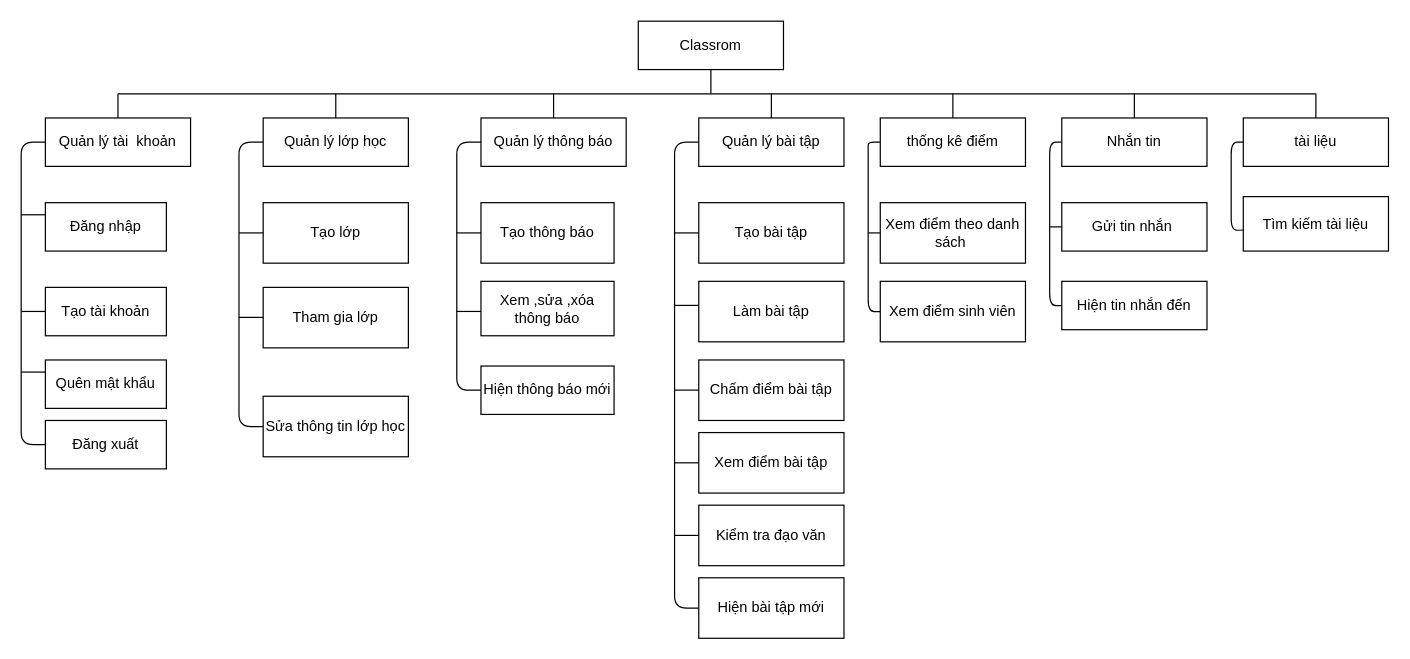
Above: Baocao/bfd.drawio in haupham809/DoAnTotNghiep (draw.io), before the change. Source tidied: cells renumbered, new cells numbered last; positions are measured from the earlier drawing's top-left corner, leaving out a move shared by most shapes. Both pictures are drawn from the tidied source at 121%, with x=0, y=0 at pixel (21, 21).
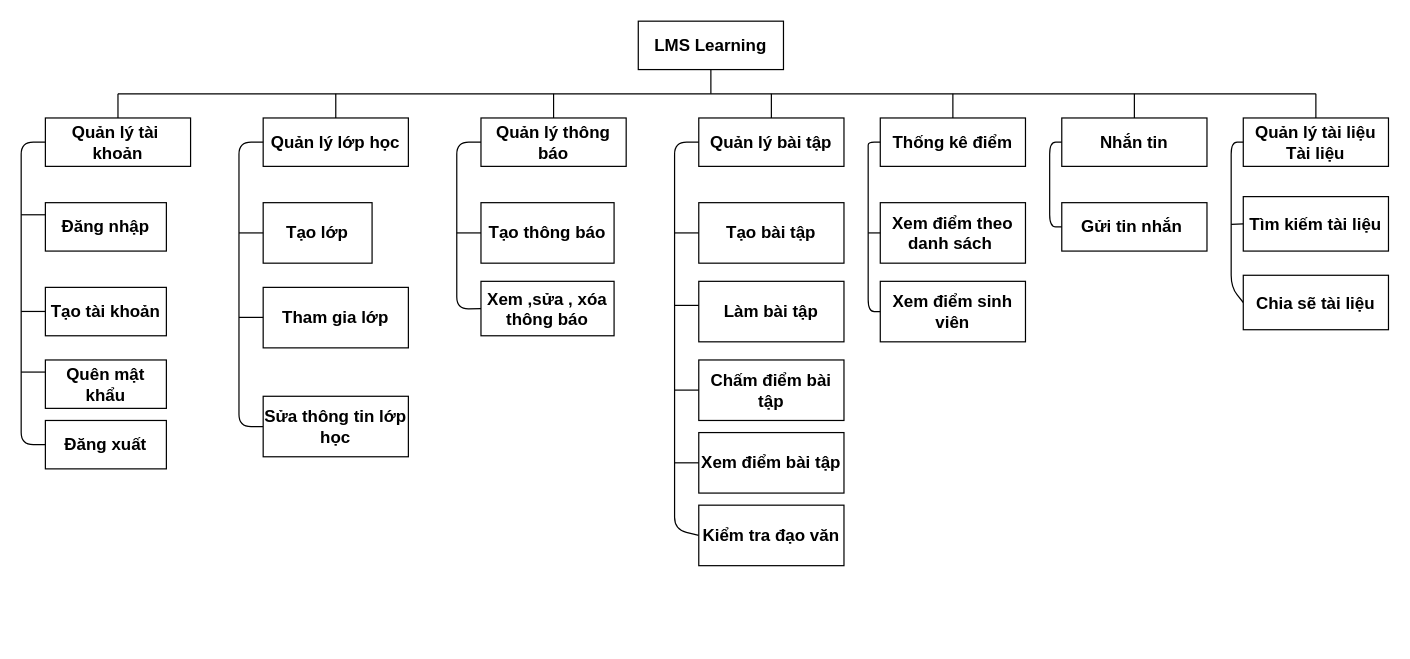
The same page after the edit.

Diff of the diagram source:
```diff
@@
-    <mxCell id="2" value="Classrom" style="rounded=0;whiteSpace=wrap;html=1;" parent="1" vertex="1">
+    <mxCell id="2" value="LMS Learning" style="rounded=0;whiteSpace=wrap;html=1;fontStyle=1;fontSize=14;" parent="1" vertex="1">
       <mxGeometry x="510" width="120" height="40" as="geometry" />
     </mxCell>
-    <mxCell id="3" value="Quản lý tài&amp;nbsp; khoản" style="rounded=0;whiteSpace=wrap;html=1;" parent="1" vertex="1">
+    <mxCell id="3" value="Quản lý tài&amp;nbsp; khoản" style="rounded=0;whiteSpace=wrap;html=1;fontStyle=1;fontSize=14;" parent="1" vertex="1">
       <mxGeometry x="20" y="80" width="120" height="40" as="geometry" />
     </mxCell>
-    <mxCell id="4" value="Quản lý lớp học" style="rounded=0;whiteSpace=wrap;html=1;" parent="1" vertex="1">
+    <mxCell id="4" value="Quản lý lớp học" style="rounded=0;whiteSpace=wrap;html=1;fontStyle=1;fontSize=14;" parent="1" vertex="1">
       <mxGeometry x="200" y="80" width="120" height="40" as="geometry" />
     </mxCell>
-    <mxCell id="5" value="Quản lý thông báo" style="rounded=0;whiteSpace=wrap;html=1;" parent="1" vertex="1">
+    <mxCell id="5" value="Quản lý thông báo" style="rounded=0;whiteSpace=wrap;html=1;fontStyle=1;fontSize=14;" parent="1" vertex="1">
       <mxGeometry x="380" y="80" width="120" height="40" as="geometry" />
     </mxCell>
-    <mxCell id="6" value="Quản lý bài tập" style="rounded=0;whiteSpace=wrap;html=1;" parent="1" vertex="1">
+    <mxCell id="6" value="Quản lý bài tập" style="rounded=0;whiteSpace=wrap;html=1;fontStyle=1;fontSize=14;" parent="1" vertex="1">
       <mxGeometry x="560" y="80" width="120" height="40" as="geometry" />
     </mxCell>
-    <mxCell id="7" value="thống kê điểm" style="rounded=0;whiteSpace=wrap;html=1;" parent="1" vertex="1">
+    <mxCell id="7" value="Thống kê điểm" style="rounded=0;whiteSpace=wrap;html=1;fontStyle=1;fontSize=14;" parent="1" vertex="1">
       <mxGeometry x="710" y="80" width="120" height="40" as="geometry" />
     </mxCell>
-    <mxCell id="8" value="Nhắn tin" style="rounded=0;whiteSpace=wrap;html=1;" parent="1" vertex="1">
+    <mxCell id="8" value="Nhắn tin" style="rounded=0;whiteSpace=wrap;html=1;fontStyle=1;fontSize=14;" parent="1" vertex="1">
       <mxGeometry x="860" y="80" width="120" height="40" as="geometry" />
     </mxCell>
-    <mxCell id="9" value="tài liệu" style="rounded=0;whiteSpace=wrap;html=1;" parent="1" vertex="1">
+    <mxCell id="9" value="Quản lý tài liệu Tài liệu" style="rounded=0;whiteSpace=wrap;html=1;fontStyle=1;fontSize=14;" parent="1" vertex="1">
       <mxGeometry x="1010" y="80" width="120" height="40" as="geometry" />
     </mxCell>
-    <mxCell id="10" style="endArrow=none;html=1;" parent="1" edge="1">
+    <mxCell id="10" style="endArrow=none;html=1;fontStyle=1;fontSize=14;" parent="1" edge="1">
       <mxGeometry relative="1" as="geometry">
         <mxPoint x="80" y="60" as="sourcePoint" />
         <mxPoint x="1070" y="60" as="targetPoint" />
       </mxGeometry>
     </mxCell>
-    <mxCell id="11" style="endArrow=none;html=1;" parent="1" edge="1" source="3">
+    <mxCell id="11" style="endArrow=none;html=1;fontStyle=1;fontSize=14;" parent="1" edge="1" source="3">
       <mxGeometry relative="1" as="geometry">
         <mxPoint x="80" y="60" as="targetPoint" />
       </mxGeometry>
     </mxCell>
-    <mxCell id="12" style="endArrow=none;html=1;entryX=0.5;entryY=0;entryDx=0;entryDy=0;" parent="1" edge="1" target="9">
+    <mxCell id="12" style="endArrow=none;html=1;entryX=0.5;entryY=0;entryDx=0;entryDy=0;fontStyle=1;fontSize=14;" parent="1" edge="1" target="9">
       <mxGeometry relative="1" as="geometry">
         <mxPoint x="1070" y="60" as="sourcePoint" />
       </mxGeometry>
     </mxCell>
-    <mxCell id="13" style="endArrow=none;html=1;entryX=0.5;entryY=1;entryDx=0;entryDy=0;" parent="1" edge="1" target="2">
+    <mxCell id="13" style="endArrow=none;html=1;entryX=0.5;entryY=1;entryDx=0;entryDy=0;fontStyle=1;fontSize=14;" parent="1" edge="1" target="2">
       <mxGeometry relative="1" as="geometry">
         <mxPoint x="570" y="60" as="sourcePoint" />
       </mxGeometry>
     </mxCell>
-    <mxCell id="14" style="endArrow=none;html=1;" parent="1" edge="1" source="4">
+    <mxCell id="14" style="endArrow=none;html=1;fontStyle=1;fontSize=14;" parent="1" edge="1" source="4">
       <mxGeometry relative="1" as="geometry">
         <mxPoint x="260" y="60" as="targetPoint" />
       </mxGeometry>
     </mxCell>
-    <mxCell id="15" style="endArrow=none;html=1;entryX=0.5;entryY=0;entryDx=0;entryDy=0;" parent="1" edge="1" target="5">
+    <mxCell id="15" style="endArrow=none;html=1;entryX=0.5;entryY=0;entryDx=0;entryDy=0;fontStyle=1;fontSize=14;" parent="1" edge="1" target="5">
       <mxGeometry relative="1" as="geometry">
         <mxPoint x="440" y="60" as="sourcePoint" />
       </mxGeometry>
     </mxCell>
-    <mxCell id="16" style="endArrow=none;html=1;exitX=0.5;exitY=0;exitDx=0;exitDy=0;" parent="1" edge="1" source="6">
+    <mxCell id="16" style="endArrow=none;html=1;exitX=0.5;exitY=0;exitDx=0;exitDy=0;fontStyle=1;fontSize=14;" parent="1" edge="1" source="6">
       <mxGeometry relative="1" as="geometry">
         <mxPoint x="620" y="60" as="targetPoint" />
       </mxGeometry>
     </mxCell>
-    <mxCell id="17" style="endArrow=none;html=1;entryX=0.5;entryY=0;entryDx=0;entryDy=0;" parent="1" edge="1" target="7">
+    <mxCell id="17" style="endArrow=none;html=1;entryX=0.5;entryY=0;entryDx=0;entryDy=0;fontStyle=1;fontSize=14;" parent="1" edge="1" target="7">
       <mxGeometry relative="1" as="geometry">
         <mxPoint x="770" y="60" as="sourcePoint" />
       </mxGeometry>
     </mxCell>
-    <mxCell id="18" style="endArrow=none;html=1;exitX=0.5;exitY=0;exitDx=0;exitDy=0;" parent="1" edge="1" source="8">
+    <mxCell id="18" style="endArrow=none;html=1;exitX=0.5;exitY=0;exitDx=0;exitDy=0;fontStyle=1;fontSize=14;" parent="1" edge="1" source="8">
       <mxGeometry relative="1" as="geometry">
         <mxPoint x="920" y="60" as="targetPoint" />
       </mxGeometry>
     </mxCell>
-    <mxCell id="19" value="Đăng nhập" style="rounded=0;whiteSpace=wrap;html=1;" parent="1" vertex="1">
+    <mxCell id="19" value="Đăng nhập" style="rounded=0;whiteSpace=wrap;html=1;fontStyle=1;fontSize=14;" parent="1" vertex="1">
       <mxGeometry x="20" y="150" width="100" height="40" as="geometry" />
     </mxCell>
-    <mxCell id="20" value="Đăng xuất" style="rounded=0;whiteSpace=wrap;html=1;" parent="1" vertex="1">
+    <mxCell id="20" value="Đăng xuất" style="rounded=0;whiteSpace=wrap;html=1;fontStyle=1;fontSize=14;" parent="1" vertex="1">
       <mxGeometry x="20" y="330" width="100" height="40" as="geometry" />
     </mxCell>
-    <mxCell id="21" value="Tạo tài khoản" style="rounded=0;whiteSpace=wrap;html=1;" parent="1" vertex="1">
+    <mxCell id="21" value="Tạo tài khoản" style="rounded=0;whiteSpace=wrap;html=1;fontStyle=1;fontSize=14;" parent="1" vertex="1">
       <mxGeometry x="20" y="220" width="100" height="40" as="geometry" />
     </mxCell>
-    <mxCell id="22" value="Quên mật khẩu" style="rounded=0;whiteSpace=wrap;html=1;" parent="1" vertex="1">
+    <mxCell id="22" value="Quên mật khẩu" style="rounded=0;whiteSpace=wrap;html=1;fontStyle=1;fontSize=14;" parent="1" vertex="1">
       <mxGeometry x="20" y="280" width="100" height="40" as="geometry" />
     </mxCell>
-    <mxCell id="23" value="Tạo lớp" style="rounded=0;whiteSpace=wrap;html=1;" parent="1" vertex="1">
-      <mxGeometry x="200" y="150" width="120" height="50" as="geometry" />
+    <mxCell id="23" value="Tạo lớp" style="rounded=0;whiteSpace=wrap;html=1;fontStyle=1;fontSize=14;" parent="1" vertex="1">
+      <mxGeometry x="200" y="150" width="90" height="50" as="geometry" />
     </mxCell>
-    <mxCell id="24" value="Tham gia lớp" style="rounded=0;whiteSpace=wrap;html=1;" parent="1" vertex="1">
+    <mxCell id="24" value="Tham gia lớp" style="rounded=0;whiteSpace=wrap;html=1;fontStyle=1;fontSize=14;" parent="1" vertex="1">
       <mxGeometry x="200" y="220" width="120" height="50" as="geometry" />
     </mxCell>
-    <mxCell id="25" value="Tạo thông báo" style="rounded=0;whiteSpace=wrap;html=1;" parent="1" vertex="1">
+    <mxCell id="25" value="Tạo thông báo" style="rounded=0;whiteSpace=wrap;html=1;fontStyle=1;fontSize=14;" parent="1" vertex="1">
       <mxGeometry x="380" y="150" width="110" height="50" as="geometry" />
     </mxCell>
-    <mxCell id="26" value="Xem ,sửa ,xóa thông báo" style="rounded=0;whiteSpace=wrap;html=1;" parent="1" vertex="1">
+    <mxCell id="26" value="Xem ,sửa , xóa thông báo" style="rounded=0;whiteSpace=wrap;html=1;fontStyle=1;fontSize=14;" parent="1" vertex="1">
       <mxGeometry x="380" y="215" width="110" height="45" as="geometry" />
     </mxCell>
-    <mxCell id="27" value="Tạo bài tập" style="rounded=0;whiteSpace=wrap;html=1;" parent="1" vertex="1">
+    <mxCell id="27" value="Tạo bài tập" style="rounded=0;whiteSpace=wrap;html=1;fontStyle=1;fontSize=14;" parent="1" vertex="1">
       <mxGeometry x="560" y="150" width="120" height="50" as="geometry" />
     </mxCell>
-    <mxCell id="28" value="Làm bài tập" style="rounded=0;whiteSpace=wrap;html=1;" parent="1" vertex="1">
+    <mxCell id="28" value="Làm bài tập" style="rounded=0;whiteSpace=wrap;html=1;fontStyle=1;fontSize=14;" parent="1" vertex="1">
       <mxGeometry x="560" y="215" width="120" height="50" as="geometry" />
     </mxCell>
-    <mxCell id="29" value="Chấm điểm bài tập" style="rounded=0;whiteSpace=wrap;html=1;" parent="1" vertex="1">
+    <mxCell id="29" value="Chấm điểm bài tập" style="rounded=0;whiteSpace=wrap;html=1;fontStyle=1;fontSize=14;" parent="1" vertex="1">
       <mxGeometry x="560" y="280" width="120" height="50" as="geometry" />
     </mxCell>
-    <mxCell id="30" value="Xem điểm theo danh sách&amp;nbsp;" style="rounded=0;whiteSpace=wrap;html=1;" parent="1" vertex="1">
+    <mxCell id="30" value="Xem điểm theo danh sách&amp;nbsp;" style="rounded=0;whiteSpace=wrap;html=1;fontStyle=1;fontSize=14;" parent="1" vertex="1">
       <mxGeometry x="710" y="150" width="120" height="50" as="geometry" />
     </mxCell>
-    <mxCell id="31" value="Xem điểm sinh viên" style="rounded=0;whiteSpace=wrap;html=1;" parent="1" vertex="1">
+    <mxCell id="31" value="Xem điểm sinh viên" style="rounded=0;whiteSpace=wrap;html=1;fontStyle=1;fontSize=14;" parent="1" vertex="1">
       <mxGeometry x="710" y="215" width="120" height="50" as="geometry" />
     </mxCell>
-    <mxCell id="32" value="Xem điểm bài tập" style="rounded=0;whiteSpace=wrap;html=1;" parent="1" vertex="1">
+    <mxCell id="32" value="Xem điểm bài tập" style="rounded=0;whiteSpace=wrap;html=1;fontStyle=1;fontSize=14;" parent="1" vertex="1">
       <mxGeometry x="560" y="340" width="120" height="50" as="geometry" />
     </mxCell>
-    <mxCell id="33" value="Gửi tin nhắn&amp;nbsp;" style="rounded=0;whiteSpace=wrap;html=1;" parent="1" vertex="1">
+    <mxCell id="33" value="Gửi tin nhắn&amp;nbsp;" style="rounded=0;whiteSpace=wrap;html=1;fontStyle=1;fontSize=14;" parent="1" vertex="1">
       <mxGeometry x="860" y="150" width="120" height="40" as="geometry" />
     </mxCell>
-    <mxCell id="34" value="Hiện tin nhắn đến" style="rounded=0;whiteSpace=wrap;html=1;" parent="1" vertex="1">
-      <mxGeometry x="860" y="215" width="120" height="40" as="geometry" />
-    </mxCell>
-    <mxCell id="35" value="Tìm kiếm tài liệu" style="rounded=0;whiteSpace=wrap;html=1;" parent="1" vertex="1">
+    <mxCell id="35" value="Tìm kiếm tài liệu" style="rounded=0;whiteSpace=wrap;html=1;fontStyle=1;fontSize=14;" parent="1" vertex="1">
       <mxGeometry x="1010" y="145" width="120" height="45" as="geometry" />
     </mxCell>
-    <mxCell id="36" style="endArrow=none;html=1;entryX=0;entryY=0.5;entryDx=0;entryDy=0;exitX=0;exitY=0.5;exitDx=0;exitDy=0;" parent="1" edge="1" source="20" target="3">
+    <mxCell id="36" style="endArrow=none;html=1;entryX=0;entryY=0.5;entryDx=0;entryDy=0;exitX=0;exitY=0.5;exitDx=0;exitDy=0;fontStyle=1;fontSize=14;" parent="1" edge="1" source="20" target="3">
       <mxGeometry relative="1" as="geometry">
         <Array as="points">
           <mxPoint y="350" />
           <mxPoint y="100" />
         </Array>
       </mxGeometry>
     </mxCell>
-    <mxCell id="37" style="endArrow=none;html=1;exitX=0;exitY=0.25;exitDx=0;exitDy=0;" parent="1" edge="1" source="19">
+    <mxCell id="37" style="endArrow=none;html=1;exitX=0;exitY=0.25;exitDx=0;exitDy=0;fontStyle=1;fontSize=14;" parent="1" edge="1" source="19">
       <mxGeometry relative="1" as="geometry">
         <mxPoint y="160" as="targetPoint" />
       </mxGeometry>
     </mxCell>
-    <mxCell id="38" style="endArrow=none;html=1;exitX=0;exitY=0.25;exitDx=0;exitDy=0;" parent="1" edge="1">
+    <mxCell id="38" style="endArrow=none;html=1;exitX=0;exitY=0.25;exitDx=0;exitDy=0;fontStyle=1;fontSize=14;" parent="1" edge="1">
       <mxGeometry relative="1" as="geometry">
         <mxPoint x="20" y="239.9" as="sourcePoint" />
         <mxPoint y="239.9" as="targetPoint" />
       </mxGeometry>
     </mxCell>
-    <mxCell id="39" style="endArrow=none;html=1;exitX=0;exitY=0.25;exitDx=0;exitDy=0;" parent="1" edge="1">
+    <mxCell id="39" style="endArrow=none;html=1;exitX=0;exitY=0.25;exitDx=0;exitDy=0;fontStyle=1;fontSize=14;" parent="1" edge="1">
       <mxGeometry relative="1" as="geometry">
         <mxPoint x="20" y="290" as="sourcePoint" />
         <mxPoint y="290" as="targetPoint" />
       </mxGeometry>
     </mxCell>
-    <mxCell id="40" style="endArrow=none;html=1;entryX=0;entryY=0.5;entryDx=0;entryDy=0;exitX=0;exitY=0.5;exitDx=0;exitDy=0;" parent="1" edge="1" source="53" target="4">
+    <mxCell id="40" style="endArrow=none;html=1;entryX=0;entryY=0.5;entryDx=0;entryDy=0;exitX=0;exitY=0.5;exitDx=0;exitDy=0;fontStyle=1;fontSize=14;" parent="1" edge="1" source="53" target="4">
       <mxGeometry relative="1" as="geometry">
         <Array as="points">
           <mxPoint x="180" y="335" />
           <mxPoint x="180" y="100" />
         </Array>
       </mxGeometry>
     </mxCell>
-    <mxCell id="41" style="endArrow=none;html=1;entryX=0;entryY=0.5;entryDx=0;entryDy=0;exitX=0;exitY=0.5;exitDx=0;exitDy=0;" parent="1" edge="1" source="55" target="5">
+    <mxCell id="41" style="endArrow=none;html=1;entryX=0;entryY=0.5;entryDx=0;entryDy=0;exitX=0;exitY=0.5;exitDx=0;exitDy=0;fontStyle=1;fontSize=14;" parent="1" edge="1" source="26" target="5">
       <mxGeometry relative="1" as="geometry">
         <Array as="points">
-          <mxPoint x="360" y="305" />
+          <mxPoint x="360" y="238" />
           <mxPoint x="360" y="100" />
         </Array>
       </mxGeometry>
     </mxCell>
-    <mxCell id="42" style="endArrow=none;html=1;entryX=0;entryY=0.5;entryDx=0;entryDy=0;exitX=0;exitY=0.5;exitDx=0;exitDy=0;" parent="1" edge="1" source="58" target="6">
+    <mxCell id="42" style="endArrow=none;html=1;entryX=0;entryY=0.5;entryDx=0;entryDy=0;exitX=0;exitY=0.5;exitDx=0;exitDy=0;fontStyle=1;fontSize=14;" parent="1" edge="1" source="56" target="6">
       <mxGeometry relative="1" as="geometry">
         <Array as="points">
-          <mxPoint x="540" y="485" />
+          <mxPoint x="540" y="420" />
           <mxPoint x="540" y="100" />
         </Array>
       </mxGeometry>
     </mxCell>
-    <mxCell id="43" style="endArrow=none;html=1;entryX=0;entryY=0.5;entryDx=0;entryDy=0;exitX=0;exitY=0.5;exitDx=0;exitDy=0;" parent="1" edge="1" source="31" target="7">
+    <mxCell id="43" style="endArrow=none;html=1;entryX=0;entryY=0.5;entryDx=0;entryDy=0;exitX=0;exitY=0.5;exitDx=0;exitDy=0;fontStyle=1;fontSize=14;" parent="1" edge="1" source="31" target="7">
       <mxGeometry relative="1" as="geometry">
         <Array as="points">
           <mxPoint x="700" y="240" />
           <mxPoint x="700" y="110" />
           <mxPoint x="700" y="100" />
         </Array>
       </mxGeometry>
     </mxCell>
-    <mxCell id="44" style="endArrow=none;html=1;entryX=0;entryY=0.5;entryDx=0;entryDy=0;exitX=0;exitY=0.5;exitDx=0;exitDy=0;" parent="1" edge="1" source="34" target="8">
+    <mxCell id="44" style="endArrow=none;html=1;entryX=0;entryY=0.5;entryDx=0;entryDy=0;exitX=0;exitY=0.5;exitDx=0;exitDy=0;fontStyle=1;fontSize=14;" parent="1" edge="1" source="33" target="8">
       <mxGeometry relative="1" as="geometry">
         <Array as="points">
-          <mxPoint x="850" y="235" />
+          <mxPoint x="850" y="170" />
           <mxPoint x="850" y="100" />
         </Array>
       </mxGeometry>
     </mxCell>
-    <mxCell id="45" style="endArrow=none;html=1;entryX=0;entryY=0.5;entryDx=0;entryDy=0;exitX=0.006;exitY=0.613;exitDx=0;exitDy=0;exitPerimeter=0;" parent="1" edge="1" source="35" target="9">
+    <mxCell id="45" style="endArrow=none;html=1;entryX=0;entryY=0.5;entryDx=0;entryDy=0;exitX=0;exitY=0.5;exitDx=0;exitDy=0;fontStyle=1;fontSize=14;" parent="1" edge="1" source="61" target="9">
       <mxGeometry relative="1" as="geometry">
         <Array as="points">
-          <mxPoint x="1000" y="173" />
+          <mxPoint x="1000" y="220" />
           <mxPoint x="1000" y="100" />
         </Array>
       </mxGeometry>
     </mxCell>
-    <mxCell id="46" style="endArrow=none;html=1;entryX=0;entryY=0.5;entryDx=0;entryDy=0;" parent="1" edge="1" target="23">
+    <mxCell id="46" style="endArrow=none;html=1;entryX=0;entryY=0.5;entryDx=0;entryDy=0;fontStyle=1;fontSize=14;" parent="1" edge="1" target="23">
       <mxGeometry relative="1" as="geometry">
         <mxPoint x="180" y="175" as="sourcePoint" />
       </mxGeometry>
     </mxCell>
-    <mxCell id="47" style="endArrow=none;html=1;entryX=0;entryY=0.5;entryDx=0;entryDy=0;" parent="1" edge="1" target="25">
+    <mxCell id="47" style="endArrow=none;html=1;entryX=0;entryY=0.5;entryDx=0;entryDy=0;fontStyle=1;fontSize=14;" parent="1" edge="1" target="25">
       <mxGeometry relative="1" as="geometry">
         <mxPoint x="360" y="175" as="sourcePoint" />
       </mxGeometry>
     </mxCell>
-    <mxCell id="48" style="endArrow=none;html=1;entryX=0;entryY=0.5;entryDx=0;entryDy=0;" parent="1" edge="1" target="27">
+    <mxCell id="48" style="endArrow=none;html=1;entryX=0;entryY=0.5;entryDx=0;entryDy=0;fontStyle=1;fontSize=14;" parent="1" edge="1" target="27">
       <mxGeometry relative="1" as="geometry">
         <mxPoint x="540" y="175" as="sourcePoint" />
       </mxGeometry>
     </mxCell>
-    <mxCell id="49" style="endArrow=none;html=1;entryX=0;entryY=0.5;entryDx=0;entryDy=0;" parent="1" edge="1">
+    <mxCell id="49" style="endArrow=none;html=1;entryX=0;entryY=0.5;entryDx=0;entryDy=0;fontStyle=1;fontSize=14;" parent="1" edge="1">
       <mxGeometry relative="1" as="geometry">
         <mxPoint x="540" y="234.9" as="sourcePoint" />
         <mxPoint x="560" y="234.9" as="targetPoint" />
       </mxGeometry>
     </mxCell>
-    <mxCell id="50" style="endArrow=none;html=1;entryX=0;entryY=0.5;entryDx=0;entryDy=0;" parent="1" edge="1">
+    <mxCell id="50" style="endArrow=none;html=1;entryX=0;entryY=0.5;entryDx=0;entryDy=0;fontStyle=1;fontSize=14;" parent="1" edge="1">
       <mxGeometry relative="1" as="geometry">
         <mxPoint x="540" y="304.9" as="sourcePoint" />
         <mxPoint x="560" y="304.9" as="targetPoint" />
       </mxGeometry>
     </mxCell>
-    <mxCell id="51" style="endArrow=none;html=1;entryX=0;entryY=0.5;entryDx=0;entryDy=0;" parent="1" edge="1" target="30">
+    <mxCell id="51" style="endArrow=none;html=1;entryX=0;entryY=0.5;entryDx=0;entryDy=0;fontStyle=1;fontSize=14;" parent="1" edge="1" target="30">
       <mxGeometry relative="1" as="geometry">
         <mxPoint x="700" y="175" as="sourcePoint" />
       </mxGeometry>
     </mxCell>
-    <mxCell id="52" style="endArrow=none;html=1;entryX=0;entryY=0.5;entryDx=0;entryDy=0;" parent="1" edge="1" target="33">
-      <mxGeometry relative="1" as="geometry">
-        <mxPoint x="850" y="170" as="sourcePoint" />
-      </mxGeometry>
-    </mxCell>
-    <mxCell id="53" value="Sửa thông tin lớp học" style="rounded=0;whiteSpace=wrap;html=1;" parent="1" vertex="1">
+    <mxCell id="53" value="Sửa thông tin lớp học" style="rounded=0;whiteSpace=wrap;html=1;fontStyle=1;fontSize=14;" parent="1" vertex="1">
       <mxGeometry x="200" y="310" width="120" height="50" as="geometry" />
     </mxCell>
-    <mxCell id="54" style="endArrow=none;html=1;entryX=0;entryY=0.5;entryDx=0;entryDy=0;" parent="1" edge="1">
+    <mxCell id="54" style="endArrow=none;html=1;entryX=0;entryY=0.5;entryDx=0;entryDy=0;fontStyle=1;fontSize=14;" parent="1" edge="1">
       <mxGeometry relative="1" as="geometry">
         <mxPoint x="180" y="244.8" as="sourcePoint" />
         <mxPoint x="200" y="244.8" as="targetPoint" />
       </mxGeometry>
     </mxCell>
-    <mxCell id="55" value="Hiện thông báo mới" style="rounded=0;whiteSpace=wrap;html=1;" parent="1" vertex="1">
-      <mxGeometry x="380" y="285" width="110" height="40" as="geometry" />
-    </mxCell>
-    <mxCell id="56" value="Kiểm tra đạo văn" style="rounded=0;whiteSpace=wrap;html=1;" parent="1" vertex="1">
+    <mxCell id="56" value="Kiểm tra đạo văn" style="rounded=0;whiteSpace=wrap;html=1;fontStyle=1;fontSize=14;" parent="1" vertex="1">
       <mxGeometry x="560" y="400" width="120" height="50" as="geometry" />
     </mxCell>
-    <mxCell id="57" style="endArrow=none;html=1;entryX=0;entryY=0.5;entryDx=0;entryDy=0;" parent="1" edge="1">
-      <mxGeometry relative="1" as="geometry">
-        <mxPoint x="360" y="239.9" as="sourcePoint" />
-        <mxPoint x="380" y="239.9" as="targetPoint" />
-      </mxGeometry>
-    </mxCell>
-    <mxCell id="58" value="Hiện bài tập mới" style="rounded=0;whiteSpace=wrap;html=1;" parent="1" vertex="1">
-      <mxGeometry x="560" y="460" width="120" height="50" as="geometry" />
-    </mxCell>
-    <mxCell id="59" style="endArrow=none;html=1;entryX=0;entryY=0.5;entryDx=0;entryDy=0;" parent="1" edge="1" target="32">
+    <mxCell id="59" style="endArrow=none;html=1;entryX=0;entryY=0.5;entryDx=0;entryDy=0;fontStyle=1;fontSize=14;" parent="1" edge="1" target="32">
       <mxGeometry relative="1" as="geometry">
         <mxPoint x="540" y="365" as="sourcePoint" />
       </mxGeometry>
     </mxCell>
-    <mxCell id="60" style="endArrow=none;html=1;entryX=0;entryY=0.5;entryDx=0;entryDy=0;" parent="1" edge="1" target="56">
-      <mxGeometry relative="1" as="geometry">
-        <mxPoint x="540" y="425" as="sourcePoint" />
-      </mxGeometry>
-    </mxCell>
+    <mxCell id="61" value="Chia sẽ tài liệu" style="rounded=0;whiteSpace=wrap;html=1;fontStyle=1;fontSize=14;" parent="1" vertex="1">
+      <mxGeometry x="1010" y="210" width="120" height="45" as="geometry" />
+    </mxCell>
+    <mxCell id="62" style="endArrow=none;html=1;rounded=0;fontSize=14;entryX=0;entryY=0.5;entryDx=0;entryDy=0;" parent="1" edge="1" target="35">
+      <mxGeometry relative="1" as="geometry">
+        <mxPoint x="1000" y="168" as="sourcePoint" />
+      </mxGeometry>
+    </mxCell>
```
